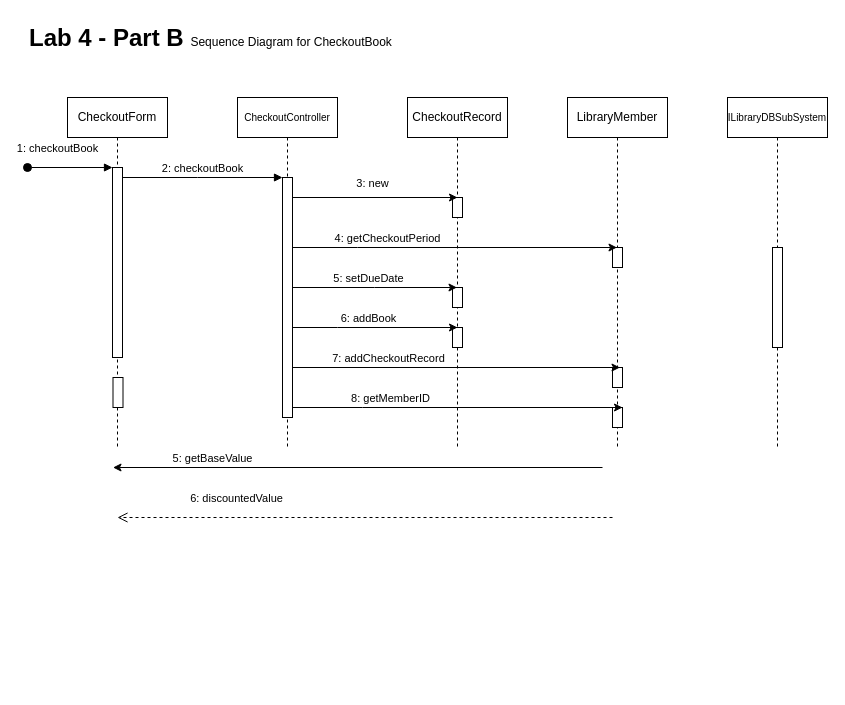
The draw.io diagram Lab4_PartB.drawio in uyenhoangtp/miu, before the edit. Source tidied: cells renumbered, new cells numbered last; positions are measured from the earlier drawing's top-left corner, leaving out a move shared by most shapes. Both pictures are drawn from the tidied source at 100%, with x=0, y=0 at pixel (27, 17).
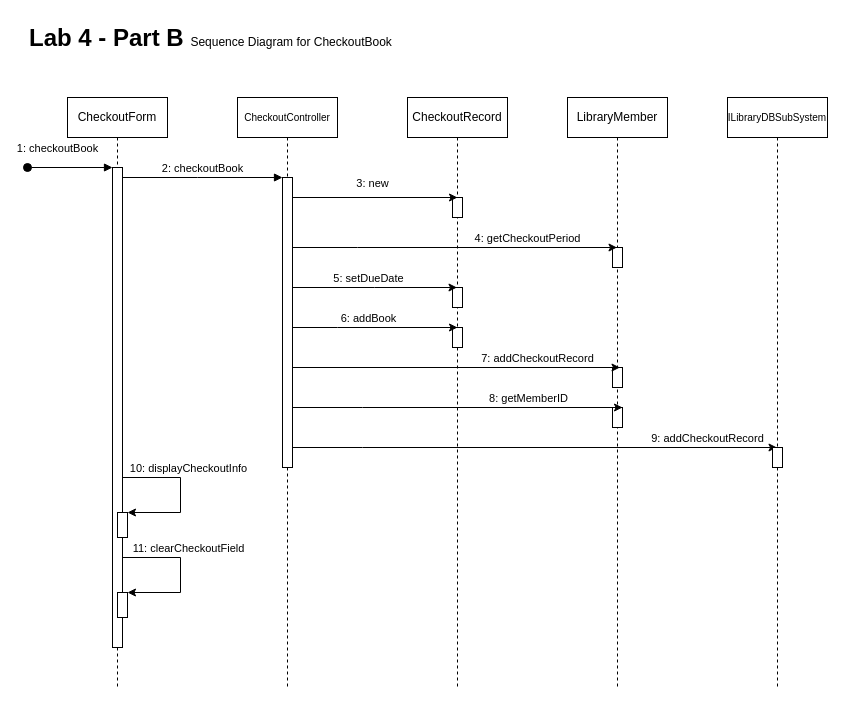
After the change.

Unchanged cells that the change refers to:
```xml
<mxCell id="23" style="edgeStyle=elbowEdgeStyle;rounded=0;jettySize=auto;html=1;elbow=vertical;curved=0;" parent="1" edge="1" source="6" target="14">
  <mxGeometry relative="1" as="geometry">
    <Array as="points">
      <mxPoint x="330" y="230" />
    </Array>
  </mxGeometry>
</mxCell>
<mxCell id="31" style="edgeStyle=elbowEdgeStyle;rounded=0;jettySize=auto;html=1;elbow=vertical;curved=0;" parent="1" edge="1" source="6">
  <mxGeometry relative="1" as="geometry">
    <mxPoint x="592.5" y="350" as="targetPoint" />
    <Array as="points">
      <mxPoint x="332.5" y="350" />
    </Array>
  </mxGeometry>
</mxCell>
<mxCell id="33" style="edgeStyle=elbowEdgeStyle;rounded=0;jettySize=auto;html=1;elbow=vertical;curved=0;" parent="1" edge="1" source="6">
  <mxGeometry relative="1" as="geometry">
    <mxPoint x="595" y="390" as="targetPoint" />
    <Array as="points">
      <mxPoint x="335" y="390" />
    </Array>
  </mxGeometry>
</mxCell>
```

What changed in the source:
```diff
@@
     <mxCell id="2" value="CheckoutForm" style="shape=umlLifeline;perimeter=lifelinePerimeter;whiteSpace=wrap;html=1;newEdgeStyle={&quot;edgeStyle&quot;:&quot;elbowEdgeStyle&quot;,&quot;elbow&quot;:&quot;vertical&quot;,&quot;curved&quot;:0,&quot;rounded&quot;:0};" parent="1" vertex="1">
-      <mxGeometry x="40" y="80" width="100" height="350" as="geometry" />
+      <mxGeometry x="40" y="80" width="100" height="590" as="geometry" />
     </mxCell>
     <mxCell id="3" style="html=1;points=[];perimeter=orthogonalPerimeter;outlineConnect=0;targetShapes=umlLifeline;portConstraint=eastwest;newEdgeStyle={&quot;edgeStyle&quot;:&quot;elbowEdgeStyle&quot;,&quot;elbow&quot;:&quot;vertical&quot;,&quot;curved&quot;:0,&quot;rounded&quot;:0};" parent="2" vertex="1">
-      <mxGeometry x="45" y="70" width="10" height="190" as="geometry" />
+      <mxGeometry x="45" y="70" width="10" height="480" as="geometry" />
     </mxCell>
@@
     <mxCell id="5" value="&lt;font style=&quot;font-size: 10px;&quot;&gt;CheckoutController&lt;/font&gt;" style="shape=umlLifeline;perimeter=lifelinePerimeter;whiteSpace=wrap;html=1;newEdgeStyle={&quot;edgeStyle&quot;:&quot;elbowEdgeStyle&quot;,&quot;elbow&quot;:&quot;vertical&quot;,&quot;curved&quot;:0,&quot;rounded&quot;:0};" parent="1" vertex="1">
-      <mxGeometry x="210" y="80" width="100" height="350" as="geometry" />
+      <mxGeometry x="210" y="80" width="100" height="590" as="geometry" />
     </mxCell>
     <mxCell id="6" style="html=1;points=[];perimeter=orthogonalPerimeter;outlineConnect=0;targetShapes=umlLifeline;portConstraint=eastwest;newEdgeStyle={&quot;edgeStyle&quot;:&quot;elbowEdgeStyle&quot;,&quot;elbow&quot;:&quot;vertical&quot;,&quot;curved&quot;:0,&quot;rounded&quot;:0};" parent="5" vertex="1">
-      <mxGeometry x="45" y="80" width="10" height="240" as="geometry" />
+      <mxGeometry x="45" y="80" width="10" height="290" as="geometry" />
     </mxCell>
-    <mxCell id="7" style="html=1;perimeter=orthogonalPerimeter;targetShapes=umlLifeline;newEdgeStyle={&quot;edgeStyle&quot;:&quot;elbowEdgeStyle&quot;,&quot;elbow&quot;:&quot;vertical&quot;,&quot;curved&quot;:0,&quot;rounded&quot;:0};" parent="5" vertex="1">
-      <mxGeometry x="-124.5" y="280" width="10" height="30" as="geometry" />
-    </mxCell>
@@
-    <mxCell id="9" value="6: discountedValue" style="html=1;verticalAlign=bottom;endArrow=open;dashed=1;endSize=8;edgeStyle=elbowEdgeStyle;elbow=vertical;curved=0;rounded=0;" parent="1" edge="1">
-      <mxGeometry x="0.52" y="-10" relative="1" as="geometry">
-        <mxPoint x="585" y="500" as="sourcePoint" />
-        <mxPoint x="90" y="500" as="targetPoint" />
-        <Array as="points">
-          <mxPoint x="330" y="500" />
-        </Array>
-      </mxGeometry>
-    </mxCell>
     <mxCell id="10" value="CheckoutRecord" style="shape=umlLifeline;perimeter=lifelinePerimeter;whiteSpace=wrap;html=1;newEdgeStyle={&quot;edgeStyle&quot;:&quot;elbowEdgeStyle&quot;,&quot;elbow&quot;:&quot;vertical&quot;,&quot;curved&quot;:0,&quot;rounded&quot;:0};" parent="1" vertex="1">
-      <mxGeometry x="380" y="80" width="100" height="350" as="geometry" />
+      <mxGeometry x="380" y="80" width="100" height="590" as="geometry" />
     </mxCell>
@@
     <mxCell id="14" value="LibraryMember" style="shape=umlLifeline;perimeter=lifelinePerimeter;whiteSpace=wrap;html=1;outlineConnect=0;portConstraint=eastwest;newEdgeStyle={&quot;edgeStyle&quot;:&quot;elbowEdgeStyle&quot;,&quot;elbow&quot;:&quot;vertical&quot;,&quot;curved&quot;:0,&quot;rounded&quot;:0};" parent="1" vertex="1">
-      <mxGeometry x="540" y="80" width="100" height="350" as="geometry" />
+      <mxGeometry x="540" y="80" width="100" height="590" as="geometry" />
     </mxCell>
@@
     <mxCell id="21" value="&lt;font style=&quot;font-size: 10px;&quot;&gt;ILibraryDBSubSystem&lt;/font&gt;" style="shape=umlLifeline;perimeter=lifelinePerimeter;whiteSpace=wrap;html=1;outlineConnect=0;portConstraint=eastwest;newEdgeStyle={&quot;edgeStyle&quot;:&quot;elbowEdgeStyle&quot;,&quot;elbow&quot;:&quot;vertical&quot;,&quot;curved&quot;:0,&quot;rounded&quot;:0};" parent="1" vertex="1">
-      <mxGeometry x="700" y="80" width="100" height="350" as="geometry" />
+      <mxGeometry x="700" y="80" width="100" height="590" as="geometry" />
     </mxCell>
-    <mxCell id="22" style="html=1;perimeter=orthogonalPerimeter;targetShapes=umlLifeline;newEdgeStyle={&quot;edgeStyle&quot;:&quot;elbowEdgeStyle&quot;,&quot;elbow&quot;:&quot;vertical&quot;,&quot;curved&quot;:0,&quot;rounded&quot;:0};" parent="21" vertex="1">
-      <mxGeometry x="45" y="150" width="10" height="100" as="geometry" />
-    </mxCell>
@@
     <mxCell id="24" value="4: getCheckoutPeriod" style="edgeLabel;html=1;align=center;verticalAlign=middle;" parent="23" vertex="1">
       <mxGeometry x="-0.13" y="-2" relative="1" as="geometry">
-        <mxPoint x="-47" y="-12" as="offset" />
+        <mxPoint x="93" y="-12" as="offset" />
       </mxGeometry>
     </mxCell>
@@
-    <mxCell id="29" style="edgeStyle=elbowEdgeStyle;rounded=0;orthogonalLoop=1;jettySize=auto;html=1;elbow=vertical;curved=0;" parent="1" edge="1">
-      <mxGeometry relative="1" as="geometry">
-        <mxPoint x="575" y="450" as="sourcePoint" />
-        <mxPoint x="85.5" y="450" as="targetPoint" />
-        <Array as="points">
-          <mxPoint x="335.5" y="450" />
-        </Array>
-      </mxGeometry>
-    </mxCell>
-    <mxCell id="30" value="5: getBaseValue" style="edgeLabel;html=1;align=center;verticalAlign=middle;" parent="29" vertex="1">
-      <mxGeometry x="0.34" relative="1" as="geometry">
-        <mxPoint x="-63" y="-10" as="offset" />
-      </mxGeometry>
-    </mxCell>
@@
     <mxCell id="32" value="7: addCheckoutRecord" style="edgeLabel;html=1;align=center;verticalAlign=middle;" parent="31" vertex="1">
       <mxGeometry x="-0.13" y="-2" relative="1" as="geometry">
-        <mxPoint x="-47" y="-12" as="offset" />
+        <mxPoint x="102" y="-12" as="offset" />
       </mxGeometry>
     </mxCell>
@@
     <mxCell id="34" value="8: getMemberID" style="edgeLabel;html=1;align=center;verticalAlign=middle;" parent="33" vertex="1">
       <mxGeometry x="-0.13" y="-2" relative="1" as="geometry">
-        <mxPoint x="-47" y="-12" as="offset" />
+        <mxPoint x="91" y="-12" as="offset" />
       </mxGeometry>
     </mxCell>
+    <mxCell id="35" style="edgeStyle=elbowEdgeStyle;rounded=0;jettySize=auto;html=1;elbow=vertical;curved=0;" parent="1" edge="1" target="21">
+      <mxGeometry relative="1" as="geometry">
+        <mxPoint x="265" y="430" as="sourcePoint" />
+        <Array as="points">
+          <mxPoint x="335" y="430" />
+        </Array>
+      </mxGeometry>
+    </mxCell>
+    <mxCell id="36" value="9: addCheckoutRecord" style="edgeLabel;html=1;align=center;verticalAlign=middle;" parent="35" vertex="1">
+      <mxGeometry x="-0.13" y="-2" relative="1" as="geometry">
+        <mxPoint x="203" y="-12" as="offset" />
+      </mxGeometry>
+    </mxCell>
+    <mxCell id="22" style="html=1;perimeter=orthogonalPerimeter;targetShapes=umlLifeline;newEdgeStyle={&quot;edgeStyle&quot;:&quot;elbowEdgeStyle&quot;,&quot;elbow&quot;:&quot;vertical&quot;,&quot;curved&quot;:0,&quot;rounded&quot;:0};" parent="1" vertex="1">
+      <mxGeometry x="745" y="430" width="10" height="20" as="geometry" />
+    </mxCell>
+    <mxCell id="37" style="edgeStyle=elbowEdgeStyle;rounded=0;jettySize=auto;html=1;elbow=horizontal;curved=0;" parent="1" edge="1" source="3">
+      <mxGeometry relative="1" as="geometry">
+        <mxPoint x="100" y="495" as="targetPoint" />
+        <Array as="points">
+          <mxPoint x="153" y="460" />
+        </Array>
+      </mxGeometry>
+    </mxCell>
+    <mxCell id="38" value="10: displayCheckoutInfo" style="edgeLabel;html=1;align=center;verticalAlign=middle;" parent="37" vertex="1">
+      <mxGeometry x="-0.03" relative="1" as="geometry">
+        <mxPoint x="7" y="-23" as="offset" />
+      </mxGeometry>
+    </mxCell>
+    <mxCell id="7" style="html=1;perimeter=orthogonalPerimeter;targetShapes=umlLifeline;newEdgeStyle={&quot;edgeStyle&quot;:&quot;elbowEdgeStyle&quot;,&quot;elbow&quot;:&quot;vertical&quot;,&quot;curved&quot;:0,&quot;rounded&quot;:0};" parent="1" vertex="1">
+      <mxGeometry x="90" y="495" width="10" height="25" as="geometry" />
+    </mxCell>
+    <mxCell id="39" style="edgeStyle=elbowEdgeStyle;rounded=0;orthogonalLoop=1;jettySize=auto;html=1;elbow=horizontal;curved=0;" parent="1" edge="1">
+      <mxGeometry relative="1" as="geometry">
+        <mxPoint x="95" y="540" as="sourcePoint" />
+        <mxPoint x="100" y="575" as="targetPoint" />
+        <Array as="points">
+          <mxPoint x="153" y="540" />
+        </Array>
+      </mxGeometry>
+    </mxCell>
+    <mxCell id="40" value="11: clearCheckoutField" style="edgeLabel;html=1;align=center;verticalAlign=middle;" parent="39" vertex="1">
+      <mxGeometry x="-0.03" relative="1" as="geometry">
+        <mxPoint x="7" y="-23" as="offset" />
+      </mxGeometry>
+    </mxCell>
+    <mxCell id="41" style="html=1;perimeter=orthogonalPerimeter;targetShapes=umlLifeline;newEdgeStyle={&quot;edgeStyle&quot;:&quot;elbowEdgeStyle&quot;,&quot;elbow&quot;:&quot;vertical&quot;,&quot;curved&quot;:0,&quot;rounded&quot;:0};" parent="1" vertex="1">
+      <mxGeometry x="90" y="575" width="10" height="25" as="geometry" />
+    </mxCell>
```
